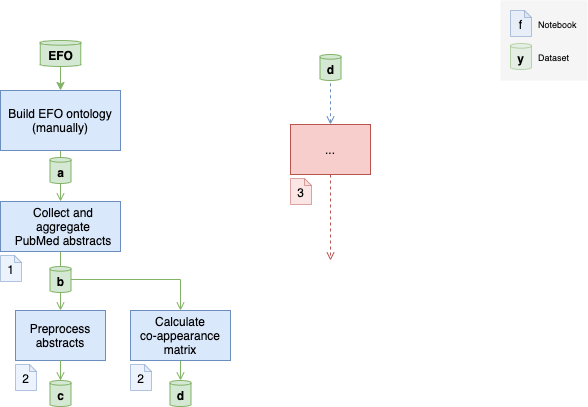
Above: docs/pipeline.drawio.png in morteza/CogText (draw.io), before the change. Source tidied: cells renumbered, new cells last; positions are measured from the earlier drawing's top-left corner, leaving out a move shared by most shapes.
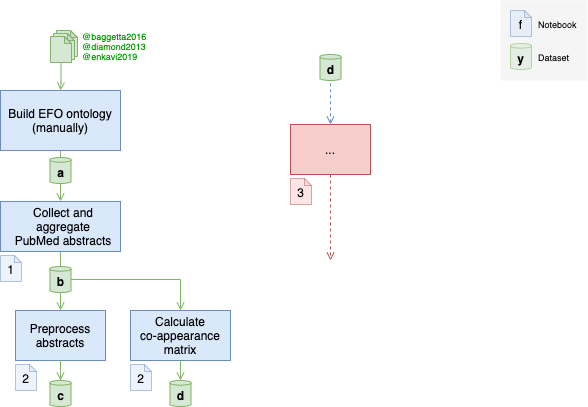
The same file after the commit.

Commit message:
fix input to the pipeline figure

Diff of the diagram source:
```diff
@@ -87,12 +87,9 @@
     <mxCell id="27" value="3" style="shape=note;whiteSpace=wrap;html=1;backgroundOutline=1;darkOpacity=0.05;shadow=0;size=7;spacingTop=1;sketch=0;fillColor=#f8cecc;strokeColor=#b85450;opacity=50;" parent="25" vertex="1">
       <mxGeometry y="54" width="21" height="26" as="geometry" />
     </mxCell>
-    <mxCell id="28" style="edgeStyle=orthogonalEdgeStyle;rounded=0;jettySize=auto;html=1;exitX=0.5;exitY=1;exitDx=0;exitDy=0;exitPerimeter=0;fillColor=#d5e8d4;strokeColor=#82b366;" parent="1" edge="1" source="29" target="4">
+    <mxCell id="28" style="edgeStyle=orthogonalEdgeStyle;rounded=0;jettySize=auto;html=1;fillColor=#d5e8d4;strokeColor=#82b366;endArrow=open;endFill=0;" parent="1" edge="1" source="38" target="4">
       <mxGeometry relative="1" as="geometry" />
     </mxCell>
-    <mxCell id="29" value="&lt;font&gt;EFO&lt;/font&gt;" style="shape=cylinder3;whiteSpace=wrap;html=1;boundedLbl=1;backgroundOutline=1;size=2.3359222412109375;shadow=0;glass=0;sketch=0;strokeColor=#82b366;fontStyle=1;fillColor=#d5e8d4;" parent="1" vertex="1">
-      <mxGeometry x="39.8" y="40" width="40.5" height="26" as="geometry" />
-    </mxCell>
     <mxCell id="30" style="edgeStyle=orthogonalEdgeStyle;rounded=0;jettySize=auto;html=1;exitX=0.5;exitY=1;exitDx=0;exitDy=0;entryX=0.5;entryY=0;entryDx=0;entryDy=0;entryPerimeter=0;endArrow=open;endFill=0;fillColor=#d5e8d4;strokeColor=#82b366;" parent="1" edge="1" source="31" target="34">
       <mxGeometry relative="1" as="geometry" />
     </mxCell>
@@ -112,5 +109,20 @@
     <mxCell id="34" value="&lt;font&gt;d&lt;/font&gt;" style="shape=cylinder3;whiteSpace=wrap;html=1;boundedLbl=1;backgroundOutline=1;size=2.3359222412109375;shadow=0;glass=0;sketch=0;fillColor=#d5e8d4;strokeColor=#82b366;fontStyle=1;" parent="1" vertex="1">
       <mxGeometry x="169.5" y="380" width="21" height="26" as="geometry" />
     </mxCell>
+    <mxCell id="35" style="group;" parent="1" vertex="1">
+      <mxGeometry x="50" y="30" width="27" height="32" as="geometry" />
+    </mxCell>
+    <mxCell id="36" style="shape=note;whiteSpace=wrap;html=1;backgroundOutline=1;darkOpacity=0.05;shadow=0;size=7;spacingTop=1;sketch=0;fillColor=#d5e8d4;strokeColor=#82b366;" parent="35" vertex="1">
+      <mxGeometry x="6" width="21" height="26" as="geometry" />
+    </mxCell>
+    <mxCell id="37" style="shape=note;whiteSpace=wrap;html=1;backgroundOutline=1;darkOpacity=0.05;shadow=0;size=7;spacingTop=1;sketch=0;fillColor=#d5e8d4;strokeColor=#82b366;" parent="35" vertex="1">
+      <mxGeometry x="3" y="3" width="21" height="26" as="geometry" />
+    </mxCell>
+    <mxCell id="38" style="shape=note;whiteSpace=wrap;html=1;backgroundOutline=1;darkOpacity=0.05;shadow=0;size=7;spacingTop=1;sketch=0;fillColor=#d5e8d4;strokeColor=#82b366;" parent="35" vertex="1">
+      <mxGeometry y="6" width="21" height="26" as="geometry" />
+    </mxCell>
+    <mxCell id="39" value="@baggetta2016&lt;br style=&quot;font-size: 9px;&quot;&gt;@diamond2013&lt;br style=&quot;font-size: 9px;&quot;&gt;@enkavi2019" style="text;align=left;verticalAlign=middle;strokeColor=none;fontSize=9;html=1;glass=0;shadow=0;labelBackgroundColor=none;labelBorderColor=none;fontColor=#009900;" parent="1" vertex="1">
+      <mxGeometry x="80" y="26" width="80" height="40" as="geometry" />
+    </mxCell>
   </root>
 </mxGraphModel>
```
